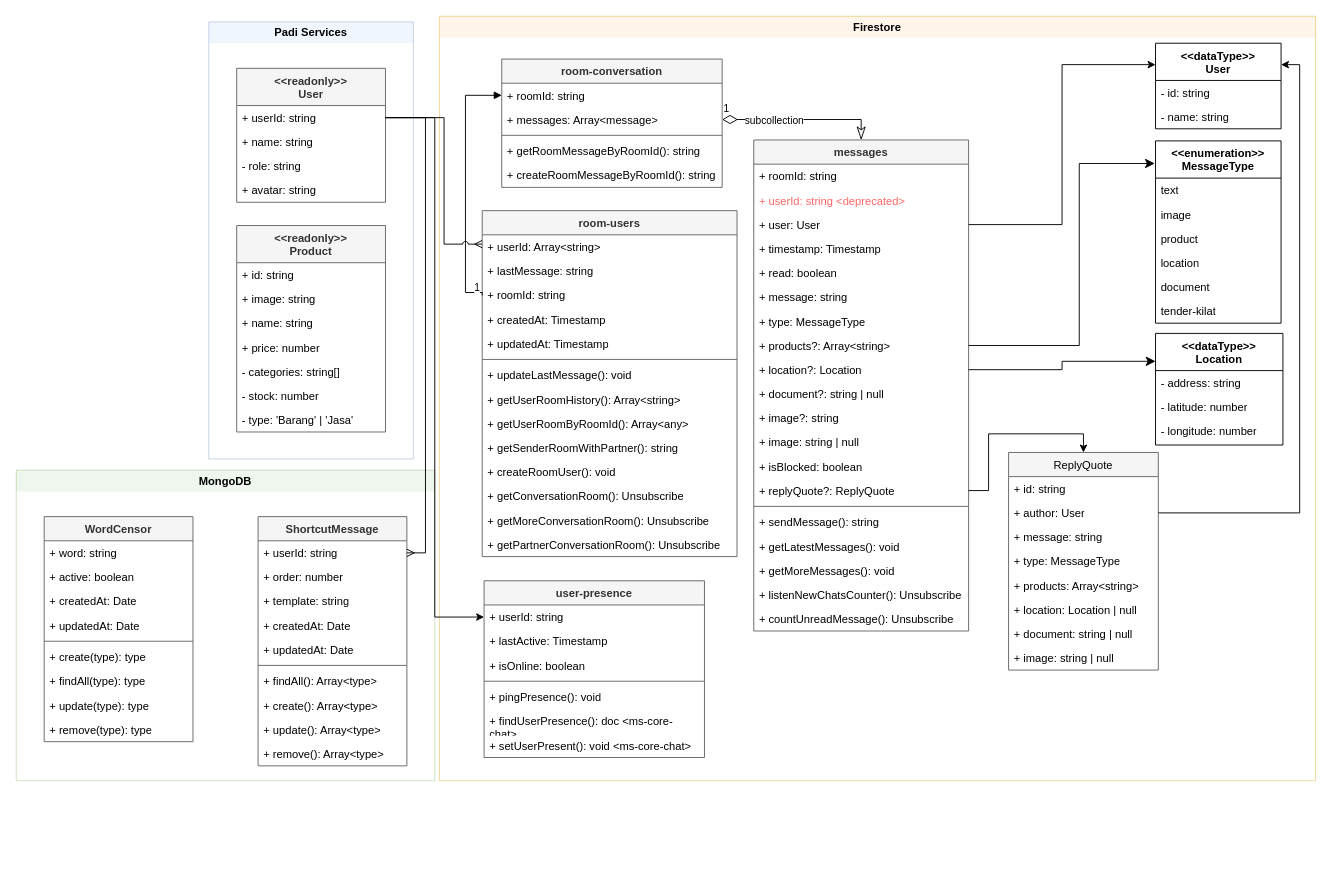
This is page "Class Diagram" (3 of 6) of System Design Padi Chat.drawio from yogiprsetya/app.diagrams.net, a draw.io file, before an edit. Source tidied: cells renumbered, new cells numbered last; positions are measured from the earlier drawing's top-left corner, leaving out a move shared by most shapes. Both pictures are drawn from the tidied source at 93%, with x=0, y=0 at pixel (16, 16).
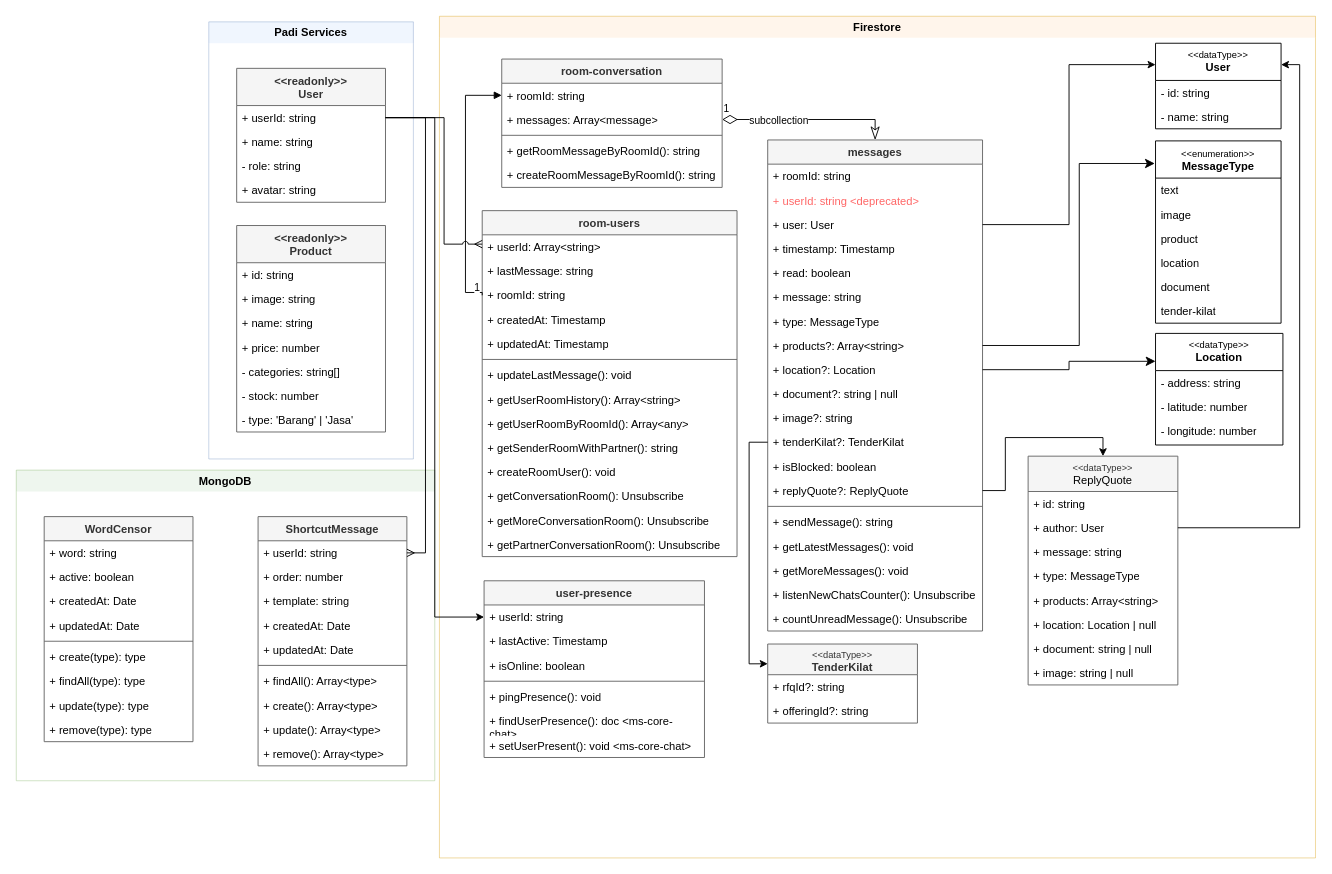
The same diagram, later.

The edit, as a diff of the source:
```diff
@@
     <mxCell id="2" value="Firestore" style="swimlane;whiteSpace=wrap;html=1;fillColor=#ffe6cc;strokeColor=#d79b00;swimlaneLine=0;opacity=40;" parent="1" vertex="1">
-      <mxGeometry x="455" width="942" height="822" as="geometry" />
+      <mxGeometry x="455" width="942" height="905" as="geometry" />
     </mxCell>
-    <mxCell id="3" value="&lt;div&gt;&amp;lt;&amp;lt;enumeration&amp;gt;&amp;gt;&lt;/div&gt;&lt;div&gt;&lt;span class=&quot;database-key&quot;&gt;MessageType&lt;/span&gt;&lt;/div&gt;" style="swimlane;fontStyle=1;align=center;verticalAlign=top;horizontal=1;startSize=40;whiteSpace=wrap;html=1;" parent="2" vertex="1">
+    <mxCell id="3" value="&lt;div&gt;&lt;span style=&quot;font-weight: normal;&quot;&gt;&lt;font style=&quot;font-size: 10px;&quot;&gt;&amp;lt;&amp;lt;enumeration&amp;gt;&amp;gt;&lt;/font&gt;&lt;/span&gt;&lt;/div&gt;&lt;div&gt;&lt;span class=&quot;database-key&quot;&gt;MessageType&lt;/span&gt;&lt;/div&gt;" style="swimlane;fontStyle=1;align=center;verticalAlign=top;horizontal=1;startSize=40;whiteSpace=wrap;html=1;" parent="2" vertex="1">
       <mxGeometry x="770" y="134" width="135" height="196" as="geometry" />
     </mxCell>
@@
-    <mxCell id="10" value="&lt;div&gt;&amp;lt;&amp;lt;dataType&amp;gt;&amp;gt;&lt;/div&gt;&lt;div&gt;Location&lt;/div&gt;" style="swimlane;fontStyle=1;align=center;verticalAlign=top;horizontal=1;startSize=40;whiteSpace=wrap;html=1;" parent="2" vertex="1">
+    <mxCell id="10" value="&lt;div style=&quot;font-size: 10px;&quot;&gt;&lt;span style=&quot;font-weight: normal;&quot;&gt;&amp;lt;&amp;lt;dataType&amp;gt;&amp;gt;&lt;/span&gt;&lt;/div&gt;&lt;div&gt;Location&lt;/div&gt;" style="swimlane;fontStyle=1;align=center;verticalAlign=top;horizontal=1;startSize=40;whiteSpace=wrap;html=1;" parent="2" vertex="1">
       <mxGeometry x="770" y="341" width="137" height="120" as="geometry" />
     </mxCell>
@@
     <mxCell id="29" value="messages" style="swimlane;fontStyle=1;align=center;verticalAlign=top;horizontal=1;startSize=26;whiteSpace=wrap;html=1;fillColor=#f5f5f5;fontColor=#333333;strokeColor=#666666;" parent="2" vertex="1">
-      <mxGeometry x="338" y="133" width="231" height="528" as="geometry" />
+      <mxGeometry x="353" y="133" width="231" height="528" as="geometry" />
     </mxCell>
@@
-    <mxCell id="41" value="+ image: string | null" style="text;strokeColor=none;fillColor=none;align=left;verticalAlign=top;spacingLeft=4;spacingRight=4;overflow=hidden;points=[[0,0.5],[1,0.5]];portConstraint=eastwest;whiteSpace=wrap;html=1;" parent="29" vertex="1">
+    <mxCell id="41" value="+ tenderKilat?: TenderKilat" style="text;strokeColor=none;fillColor=none;align=left;verticalAlign=top;spacingLeft=4;spacingRight=4;overflow=hidden;points=[[0,0.5],[1,0.5]];portConstraint=eastwest;whiteSpace=wrap;html=1;" parent="29" vertex="1">
       <mxGeometry y="312" width="231" height="26" as="geometry" />
     </mxCell>
@@
-    <mxCell id="52" value="&lt;div&gt;&amp;lt;&amp;lt;dataType&amp;gt;&amp;gt;&lt;/div&gt;&lt;div&gt;User&lt;/div&gt;" style="swimlane;fontStyle=1;align=center;verticalAlign=top;horizontal=1;startSize=40;whiteSpace=wrap;html=1;" parent="2" vertex="1">
+    <mxCell id="52" value="&lt;div style=&quot;font-size: 10px;&quot;&gt;&lt;span style=&quot;font-weight: normal;&quot;&gt;&amp;lt;&amp;lt;dataType&amp;gt;&amp;gt;&lt;/span&gt;&lt;/div&gt;&lt;div&gt;User&lt;/div&gt;" style="swimlane;fontStyle=1;align=center;verticalAlign=top;horizontal=1;startSize=40;whiteSpace=wrap;html=1;" parent="2" vertex="1">
       <mxGeometry x="770" y="29" width="135" height="92" as="geometry" />
     </mxCell>
@@
-    <mxCell id="56" value="&lt;span style=&quot;color: rgb(0, 0, 0); font-weight: 400; text-align: left;&quot;&gt;ReplyQuote&lt;/span&gt;" style="swimlane;fontStyle=1;align=center;verticalAlign=top;horizontal=1;startSize=26;whiteSpace=wrap;html=1;fillColor=#f5f5f5;fontColor=#333333;strokeColor=#666666;" parent="2" vertex="1">
-      <mxGeometry x="612" y="469" width="161" height="234" as="geometry" />
+    <mxCell id="56" value="&lt;div style=&quot;font-size: 10px;&quot;&gt;&lt;span style=&quot;font-weight: normal;&quot;&gt;&amp;lt;&amp;lt;dataType&amp;gt;&amp;gt;&lt;/span&gt;&lt;/div&gt;&lt;span style=&quot;color: rgb(0, 0, 0); font-weight: 400; text-align: left;&quot;&gt;ReplyQuote&lt;/span&gt;" style="swimlane;fontStyle=1;align=center;verticalAlign=top;horizontal=1;startSize=38;whiteSpace=wrap;html=1;fillColor=#f5f5f5;fontColor=#333333;strokeColor=#666666;" parent="2" vertex="1">
+      <mxGeometry x="633" y="473" width="161" height="246" as="geometry" />
     </mxCell>
     <mxCell id="57" value="+ id: string" style="text;strokeColor=none;fillColor=none;align=left;verticalAlign=top;spacingLeft=4;spacingRight=4;overflow=hidden;whiteSpace=wrap;html=1;" parent="56" vertex="1">
-      <mxGeometry y="26" width="161" height="26" as="geometry" />
+      <mxGeometry y="38" width="161" height="26" as="geometry" />
     </mxCell>
     <mxCell id="58" value="+ author: User" style="text;strokeColor=none;fillColor=none;align=left;verticalAlign=top;spacingLeft=4;spacingRight=4;overflow=hidden;points=[[0,0.5],[1,0.5]];portConstraint=eastwest;whiteSpace=wrap;html=1;" parent="56" vertex="1">
-      <mxGeometry y="52" width="161" height="26" as="geometry" />
+      <mxGeometry y="64" width="161" height="26" as="geometry" />
     </mxCell>
     <mxCell id="59" value="+ &lt;span class=&quot;database-key&quot;&gt;message&lt;/span&gt;: string" style="text;strokeColor=none;fillColor=none;align=left;verticalAlign=top;spacingLeft=4;spacingRight=4;overflow=hidden;whiteSpace=wrap;html=1;" parent="56" vertex="1">
-      <mxGeometry y="78" width="161" height="26" as="geometry" />
+      <mxGeometry y="90" width="161" height="26" as="geometry" />
     </mxCell>
     <mxCell id="60" value="+ &lt;span class=&quot;database-key&quot;&gt;type&lt;/span&gt;: &lt;span class=&quot;database-key&quot;&gt;MessageType&lt;/span&gt;" style="text;strokeColor=none;fillColor=none;align=left;verticalAlign=top;spacingLeft=4;spacingRight=4;overflow=hidden;whiteSpace=wrap;html=1;" parent="56" vertex="1">
-      <mxGeometry y="104" width="161" height="26" as="geometry" />
+      <mxGeometry y="116" width="161" height="26" as="geometry" />
     </mxCell>
     <mxCell id="61" value="+ &lt;span class=&quot;database-key&quot;&gt;products&lt;/span&gt;: Array&amp;lt;string&amp;gt;" style="text;strokeColor=none;fillColor=none;align=left;verticalAlign=top;spacingLeft=4;spacingRight=4;overflow=hidden;whiteSpace=wrap;html=1;" parent="56" vertex="1">
-      <mxGeometry y="130" width="161" height="26" as="geometry" />
+      <mxGeometry y="142" width="161" height="26" as="geometry" />
     </mxCell>
     <mxCell id="62" value="+ &lt;span class=&quot;database-key&quot;&gt;location&lt;/span&gt;: Location | null" style="text;strokeColor=none;fillColor=none;align=left;verticalAlign=top;spacingLeft=4;spacingRight=4;overflow=hidden;whiteSpace=wrap;html=1;" parent="56" vertex="1">
-      <mxGeometry y="156" width="161" height="26" as="geometry" />
+      <mxGeometry y="168" width="161" height="26" as="geometry" />
     </mxCell>
     <mxCell id="63" value="+ &lt;span class=&quot;database-key&quot;&gt;document&lt;/span&gt;: string | null" style="text;strokeColor=none;fillColor=none;align=left;verticalAlign=top;spacingLeft=4;spacingRight=4;overflow=hidden;whiteSpace=wrap;html=1;" parent="56" vertex="1">
-      <mxGeometry y="182" width="161" height="26" as="geometry" />
+      <mxGeometry y="194" width="161" height="26" as="geometry" />
     </mxCell>
     <mxCell id="64" value="+ image: string | null" style="text;strokeColor=none;fillColor=none;align=left;verticalAlign=top;spacingLeft=4;spacingRight=4;overflow=hidden;whiteSpace=wrap;html=1;" parent="56" vertex="1">
-      <mxGeometry y="208" width="161" height="26" as="geometry" />
+      <mxGeometry y="220" width="161" height="26" as="geometry" />
     </mxCell>
@@
+    <mxCell id="124" value="&lt;div style=&quot;font-size: 10px;&quot;&gt;&lt;span style=&quot;font-weight: normal;&quot;&gt;&amp;lt;&amp;lt;dataType&amp;gt;&amp;gt;&lt;/span&gt;&lt;/div&gt;TenderKilat" style="swimlane;fontStyle=1;align=center;verticalAlign=top;horizontal=1;startSize=33;whiteSpace=wrap;html=1;fillColor=#f5f5f5;fontColor=#333333;strokeColor=#666666;" parent="2" vertex="1">
+      <mxGeometry x="353" y="675" width="161" height="85" as="geometry" />
+    </mxCell>
+    <mxCell id="125" value="+ rfqId?: string" style="text;strokeColor=none;fillColor=none;align=left;verticalAlign=top;spacingLeft=4;spacingRight=4;overflow=hidden;whiteSpace=wrap;html=1;" parent="124" vertex="1">
+      <mxGeometry y="33" width="161" height="26" as="geometry" />
+    </mxCell>
+    <mxCell id="126" value="+ offeringId?: string" style="text;strokeColor=none;fillColor=none;align=left;verticalAlign=top;spacingLeft=4;spacingRight=4;overflow=hidden;whiteSpace=wrap;html=1;" parent="124" vertex="1">
+      <mxGeometry y="59" width="161" height="26" as="geometry" />
+    </mxCell>
+    <mxCell id="127" style="edgeStyle=orthogonalEdgeStyle;rounded=0;jettySize=auto;html=1;exitX=0;exitY=0.5;exitDx=0;exitDy=0;entryX=0;entryY=0.25;entryDx=0;entryDy=0;" parent="2" edge="1" source="41" target="124">
+      <mxGeometry relative="1" as="geometry" />
+    </mxCell>
```
